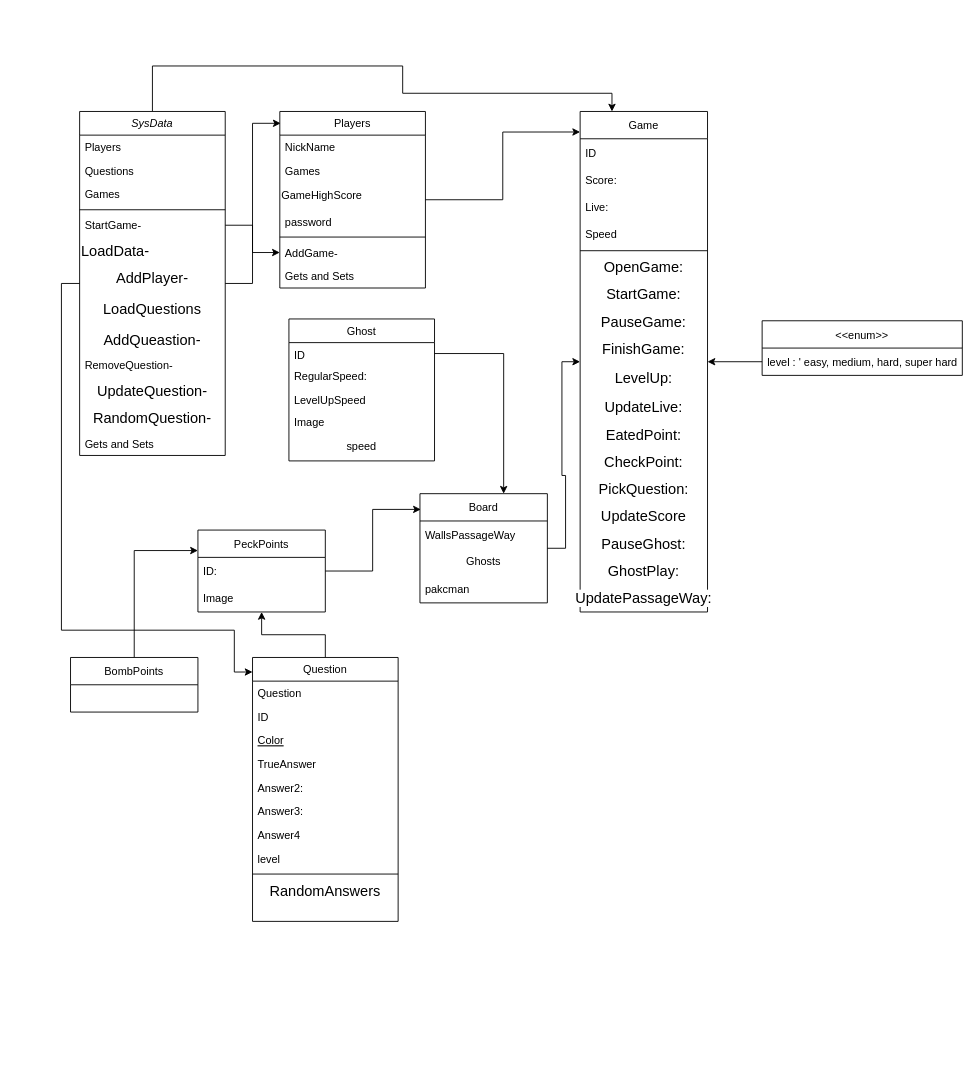
This is Untitled Diagram.drawio from muhammad197/Pack-Man, a draw.io file, before an edit. Source tidied: cells renumbered, new cells numbered last; positions are measured from the earlier drawing's top-left corner, leaving out a move shared by most shapes. Both pictures are drawn from the tidied source at 91%, with x=0, y=0 at pixel (61, 66).
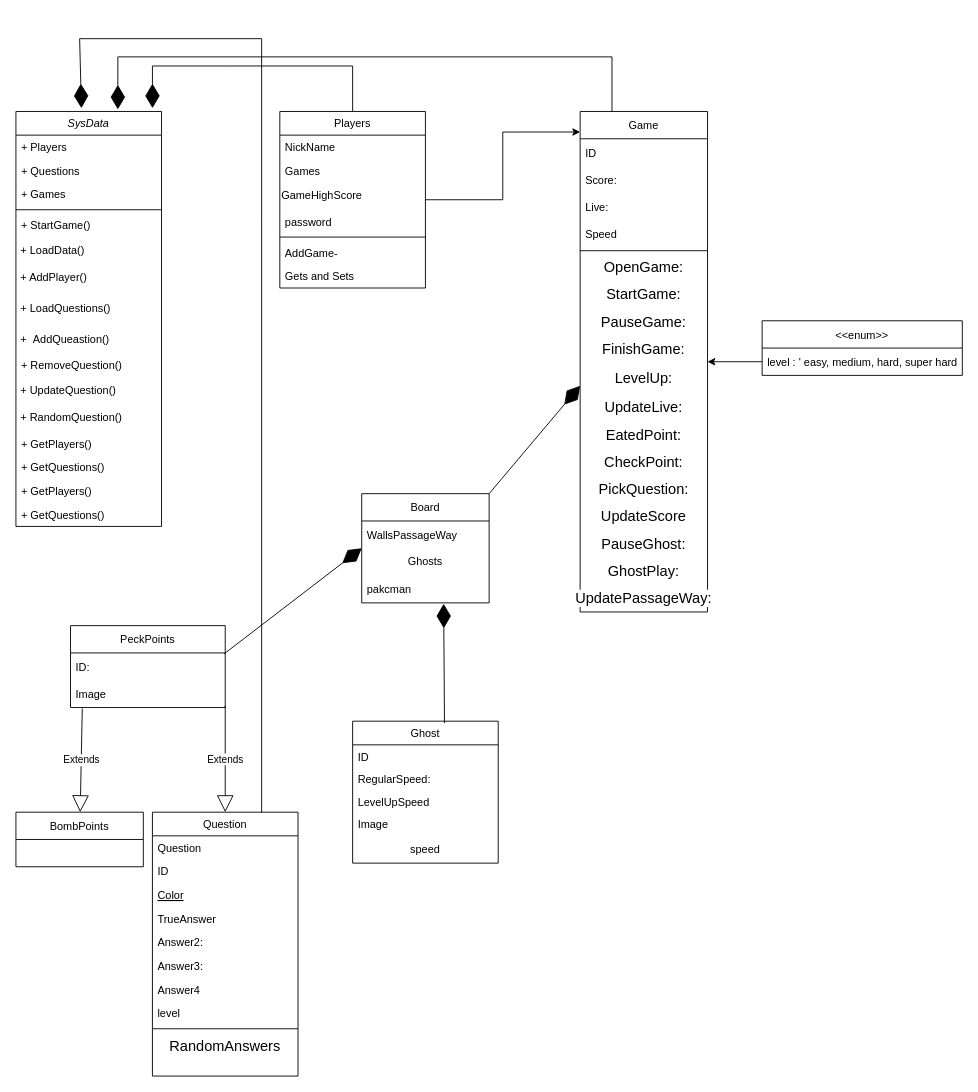
After the change.

Unchanged cells that the change refers to:
```xml
<mxCell id="32" value="ID" style="text;align=left;verticalAlign=top;spacingLeft=4;spacingRight=4;overflow=hidden;points=[[0,0.5],[1,0.5]];portConstraint=eastwest;" parent="31" vertex="1">
  <mxGeometry y="26" width="160" height="24" as="geometry" />
</mxCell>
<mxCell id="38" value="Players" style="swimlane;fontStyle=0;align=center;verticalAlign=top;horizontal=1;startSize=26;rounded=0;shadow=0;strokeWidth=1;" parent="1" vertex="1">
  <mxGeometry x="240" y="50" width="160" height="194" as="geometry" />
</mxCell>
<mxCell id="44" value="AddGame-" style="text;align=left;verticalAlign=top;spacingLeft=4;spacingRight=4;overflow=hidden;points=[[0,0.5],[1,0.5]];portConstraint=eastwest;" parent="38" vertex="1">
  <mxGeometry y="142" width="160" height="26" as="geometry" />
</mxCell>
<mxCell id="46" value="Game" style="swimlane;fontStyle=0;horizontal=1;startSize=30;" parent="1" vertex="1">
  <mxGeometry x="570" y="50" width="140" height="550" as="geometry" />
</mxCell>
<mxCell id="56" value="&lt;div class=&quot;page&quot; title=&quot;Page 11&quot;&gt;&lt;div class=&quot;section&quot; style=&quot;background-color: rgb(255 , 255 , 255)&quot;&gt;&lt;div class=&quot;layoutArea&quot;&gt;&lt;div class=&quot;column&quot;&gt;&lt;div class=&quot;page&quot; title=&quot;Page 11&quot;&gt;&lt;div class=&quot;section&quot;&gt;&lt;div class=&quot;layoutArea&quot;&gt;&lt;div class=&quot;column&quot;&gt;&lt;p&gt;&lt;span style=&quot;font-size: 12pt ; font-family: &amp;#34;arialmt&amp;#34;&quot;&gt;LevelUp:&lt;/span&gt;&lt;/p&gt;&lt;/div&gt;&lt;/div&gt;&lt;/div&gt;&lt;/div&gt;&lt;/div&gt;&lt;/div&gt;&lt;/div&gt;&lt;/div&gt;" style="text;html=1;strokeColor=none;fillColor=none;align=center;verticalAlign=middle;whiteSpace=wrap;rounded=0;" parent="46" vertex="1">
  <mxGeometry y="276" width="140" height="34" as="geometry" />
</mxCell>
<mxCell id="74" value="Ghosts" style="text;html=1;strokeColor=none;fillColor=none;align=center;verticalAlign=middle;whiteSpace=wrap;rounded=0;" parent="72" vertex="1">
  <mxGeometry y="60" width="140" height="30" as="geometry" />
</mxCell>
<mxCell id="75" value="pakcman" style="text;strokeColor=none;fillColor=none;align=left;verticalAlign=middle;spacingLeft=4;spacingRight=4;overflow=hidden;points=[[0,0.5],[1,0.5]];portConstraint=eastwest;" parent="72" vertex="1">
  <mxGeometry y="90" width="140" height="30" as="geometry" />
</mxCell>
```

Change to the diagram source:
```diff
@@
-    <mxCell id="2" style="edgeStyle=orthogonalEdgeStyle;rounded=0;jettySize=auto;html=1;entryX=0.006;entryY=0.067;entryDx=0;entryDy=0;entryPerimeter=0;" parent="1" edge="1" source="5" target="38">
-      <mxGeometry relative="1" as="geometry" />
-    </mxCell>
-    <mxCell id="3" style="edgeStyle=orthogonalEdgeStyle;rounded=0;jettySize=auto;html=1;entryX=0;entryY=0.055;entryDx=0;entryDy=0;entryPerimeter=0;" parent="1" edge="1" source="5" target="20">
-      <mxGeometry relative="1" as="geometry">
-        <Array as="points">
-          <mxPoint y="239" />
-          <mxPoint y="620" />
-          <mxPoint x="190" y="620" />
-          <mxPoint x="190" y="666" />
-        </Array>
-      </mxGeometry>
-    </mxCell>
-    <mxCell id="4" style="edgeStyle=orthogonalEdgeStyle;rounded=0;jettySize=auto;html=1;entryX=0.25;entryY=0;entryDx=0;entryDy=0;" parent="1" edge="1" source="5" target="46">
-      <mxGeometry relative="1" as="geometry">
-        <Array as="points">
-          <mxPoint x="100" />
-          <mxPoint x="375" />
-          <mxPoint x="375" y="30" />
-          <mxPoint x="605" y="30" />
-        </Array>
-      </mxGeometry>
-    </mxCell>
     <mxCell id="5" value="SysData" style="swimlane;fontStyle=2;align=center;verticalAlign=top;horizontal=1;startSize=26;rounded=0;shadow=0;strokeWidth=1;" parent="1" vertex="1">
-      <mxGeometry x="20" y="50" width="160" height="378" as="geometry" />
+      <mxGeometry x="-50" y="50" width="160" height="456" as="geometry" />
     </mxCell>
-    <mxCell id="6" value="Players" style="text;align=left;verticalAlign=top;spacingLeft=4;spacingRight=4;overflow=hidden;" parent="5" vertex="1">
+    <mxCell id="6" value="+ Players" style="text;align=left;verticalAlign=top;spacingLeft=4;spacingRight=4;overflow=hidden;" parent="5" vertex="1">
       <mxGeometry y="26" width="160" height="26" as="geometry" />
     </mxCell>
-    <mxCell id="7" value="Questions" style="text;align=left;verticalAlign=top;spacingLeft=4;spacingRight=4;overflow=hidden;rounded=0;shadow=0;html=0;" parent="5" vertex="1">
+    <mxCell id="7" value="+ Questions" style="text;align=left;verticalAlign=top;spacingLeft=4;spacingRight=4;overflow=hidden;rounded=0;shadow=0;html=0;" parent="5" vertex="1">
       <mxGeometry y="52" width="160" height="26" as="geometry" />
     </mxCell>
-    <mxCell id="8" value="Games" style="text;align=left;verticalAlign=top;spacingLeft=4;spacingRight=4;overflow=hidden;rounded=0;shadow=0;html=0;" parent="5" vertex="1">
+    <mxCell id="8" value="+ Games" style="text;align=left;verticalAlign=top;spacingLeft=4;spacingRight=4;overflow=hidden;rounded=0;shadow=0;html=0;" parent="5" vertex="1">
       <mxGeometry y="78" width="160" height="26" as="geometry" />
     </mxCell>
@@
-    <mxCell id="10" value="StartGame-" style="text;align=left;verticalAlign=top;spacingLeft=4;spacingRight=4;overflow=hidden;points=[[0,0.5],[1,0.5]];portConstraint=eastwest;" parent="5" vertex="1">
+    <mxCell id="10" value="+ StartGame()" style="text;align=left;verticalAlign=top;spacingLeft=4;spacingRight=4;overflow=hidden;points=[[0,0.5],[1,0.5]];portConstraint=eastwest;" parent="5" vertex="1">
       <mxGeometry y="112" width="160" height="26" as="geometry" />
     </mxCell>
-    <mxCell id="11" value="&lt;div class=&quot;page&quot; title=&quot;Page 9&quot;&gt;&lt;div class=&quot;section&quot; style=&quot;background-color: rgb(255 , 255 , 255)&quot;&gt;&lt;div class=&quot;layoutArea&quot;&gt;&lt;div class=&quot;column&quot;&gt;&lt;p&gt;&lt;span style=&quot;font-size: 12pt ; font-family: &amp;quot;arialmt&amp;quot;&quot;&gt;LoadData-&lt;/span&gt;&lt;/p&gt;&lt;/div&gt;&lt;/div&gt;&lt;/div&gt;&lt;/div&gt;" style="text;html=1;strokeColor=none;fillColor=none;align=left;verticalAlign=middle;whiteSpace=wrap;rounded=0;" parent="5" vertex="1">
+    <mxCell id="11" value="&lt;div class=&quot;page&quot; title=&quot;Page 9&quot; style=&quot;font-size: 12px&quot;&gt;&lt;div class=&quot;section&quot; style=&quot;background-color: rgb(255 , 255 , 255) ; font-size: 12px&quot;&gt;&lt;div class=&quot;layoutArea&quot; style=&quot;font-size: 12px&quot;&gt;&lt;div class=&quot;column&quot; style=&quot;font-size: 12px&quot;&gt;&lt;p style=&quot;font-size: 12px&quot;&gt;&lt;span style=&quot;font-family: &amp;#34;arialmt&amp;#34; ; font-size: 12px&quot;&gt;&lt;font style=&quot;font-size: 12px&quot;&gt;&amp;nbsp;+ LoadData()&lt;/font&gt;&lt;/span&gt;&lt;/p&gt;&lt;/div&gt;&lt;/div&gt;&lt;/div&gt;&lt;/div&gt;" style="text;html=1;strokeColor=none;fillColor=none;align=left;verticalAlign=middle;whiteSpace=wrap;rounded=0;fontSize=12;" parent="5" vertex="1">
       <mxGeometry y="138" width="160" height="30" as="geometry" />
     </mxCell>
-    <mxCell id="12" value="&lt;div class=&quot;page&quot; title=&quot;Page 9&quot;&gt;&lt;div class=&quot;section&quot; style=&quot;background-color: rgb(255 , 255 , 255)&quot;&gt;&lt;div class=&quot;layoutArea&quot;&gt;&lt;div class=&quot;column&quot;&gt;&lt;p&gt;&lt;span style=&quot;font-size: 12pt ; font-family: &amp;#34;arialmt&amp;#34;&quot;&gt;AddPlayer-&lt;/span&gt;&lt;/p&gt;&lt;/div&gt;&lt;/div&gt;&lt;/div&gt;&lt;/div&gt;" style="text;html=1;strokeColor=none;fillColor=none;align=center;verticalAlign=middle;whiteSpace=wrap;rounded=0;" parent="5" vertex="1">
+    <mxCell id="12" value="&lt;div class=&quot;page&quot; title=&quot;Page 9&quot; style=&quot;font-size: 12px&quot;&gt;&lt;div class=&quot;section&quot; style=&quot;background-color: rgb(255 , 255 , 255) ; font-size: 12px&quot;&gt;&lt;div class=&quot;layoutArea&quot; style=&quot;font-size: 12px&quot;&gt;&lt;div class=&quot;column&quot; style=&quot;font-size: 12px&quot;&gt;&lt;p style=&quot;font-size: 12px&quot;&gt;&lt;span style=&quot;font-size: 12px ; font-family: &amp;#34;arialmt&amp;#34;&quot;&gt;&amp;nbsp;+ AddPlayer()&lt;/span&gt;&lt;/p&gt;&lt;/div&gt;&lt;/div&gt;&lt;/div&gt;&lt;/div&gt;" style="text;html=1;strokeColor=none;fillColor=none;align=left;verticalAlign=middle;whiteSpace=wrap;rounded=0;fontSize=12;" parent="5" vertex="1">
       <mxGeometry y="168" width="160" height="30" as="geometry" />
     </mxCell>
-    <mxCell id="13" value="&lt;div class=&quot;page&quot; title=&quot;Page 9&quot;&gt;&lt;div class=&quot;section&quot; style=&quot;background-color: rgb(255 , 255 , 255)&quot;&gt;&lt;div class=&quot;layoutArea&quot;&gt;&lt;div class=&quot;column&quot;&gt;&lt;p&gt;&lt;span style=&quot;font-size: 12pt ; font-family: &amp;#34;arialmt&amp;#34;&quot;&gt;LoadQuestions&lt;/span&gt;&lt;/p&gt;&lt;/div&gt;&lt;/div&gt;&lt;/div&gt;&lt;/div&gt;" style="text;html=1;strokeColor=none;fillColor=none;align=center;verticalAlign=middle;whiteSpace=wrap;rounded=0;" parent="5" vertex="1">
+    <mxCell id="13" value="&lt;div class=&quot;page&quot; title=&quot;Page 9&quot;&gt;&lt;div class=&quot;section&quot; style=&quot;background-color: rgb(255 , 255 , 255)&quot;&gt;&lt;div class=&quot;layoutArea&quot;&gt;&lt;div class=&quot;column&quot;&gt;&lt;p&gt;&lt;span style=&quot;font-family: &amp;#34;arialmt&amp;#34;&quot;&gt;&lt;font style=&quot;font-size: 12px&quot;&gt;&amp;nbsp;+ LoadQuestions()&lt;/font&gt;&lt;/span&gt;&lt;/p&gt;&lt;/div&gt;&lt;/div&gt;&lt;/div&gt;&lt;/div&gt;" style="text;html=1;strokeColor=none;fillColor=none;align=left;verticalAlign=middle;whiteSpace=wrap;rounded=0;" parent="5" vertex="1">
       <mxGeometry y="198" width="160" height="38" as="geometry" />
     </mxCell>
-    <mxCell id="14" value="&lt;div class=&quot;page&quot; title=&quot;Page 9&quot;&gt;&lt;div class=&quot;section&quot; style=&quot;background-color: rgb(255 , 255 , 255)&quot;&gt;&lt;div class=&quot;layoutArea&quot;&gt;&lt;div class=&quot;column&quot;&gt;&lt;p&gt;&lt;span style=&quot;font-size: 12pt ; font-family: &amp;#34;arialmt&amp;#34;&quot;&gt;AddQueastion-&lt;/span&gt;&lt;/p&gt;&lt;/div&gt;&lt;/div&gt;&lt;/div&gt;&lt;/div&gt;" style="text;html=1;strokeColor=none;fillColor=none;align=center;verticalAlign=middle;whiteSpace=wrap;rounded=0;" parent="5" vertex="1">
+    <mxCell id="14" value="&lt;div class=&quot;page&quot; title=&quot;Page 9&quot; style=&quot;font-size: 12px&quot;&gt;&lt;div class=&quot;section&quot; style=&quot;background-color: rgb(255 , 255 , 255) ; font-size: 12px&quot;&gt;&lt;div class=&quot;layoutArea&quot; style=&quot;font-size: 12px&quot;&gt;&lt;div class=&quot;column&quot; style=&quot;font-size: 12px&quot;&gt;&lt;p style=&quot;font-size: 12px&quot;&gt;&lt;span style=&quot;font-size: 12px ; font-family: &amp;#34;arialmt&amp;#34;&quot;&gt;&amp;nbsp;+ &amp;nbsp;AddQueastion()&lt;/span&gt;&lt;/p&gt;&lt;/div&gt;&lt;/div&gt;&lt;/div&gt;&lt;/div&gt;" style="text;html=1;strokeColor=none;fillColor=none;align=left;verticalAlign=middle;whiteSpace=wrap;rounded=0;fontSize=12;" parent="5" vertex="1">
       <mxGeometry y="236" width="160" height="30" as="geometry" />
     </mxCell>
-    <mxCell id="15" value="RemoveQuestion-" style="text;align=left;verticalAlign=top;spacingLeft=4;spacingRight=4;overflow=hidden;" parent="5" vertex="1">
+    <mxCell id="15" value="+ RemoveQuestion()" style="text;align=left;verticalAlign=top;spacingLeft=4;spacingRight=4;overflow=hidden;" parent="5" vertex="1">
       <mxGeometry y="266" width="160" height="26" as="geometry" />
     </mxCell>
-    <mxCell id="16" value="&lt;div class=&quot;page&quot; title=&quot;Page 9&quot;&gt;&lt;div class=&quot;section&quot; style=&quot;background-color: rgb(255 , 255 , 255)&quot;&gt;&lt;div class=&quot;layoutArea&quot;&gt;&lt;div class=&quot;column&quot;&gt;&lt;p&gt;&lt;span style=&quot;font-size: 12pt ; font-family: &amp;#34;arialmt&amp;#34;&quot;&gt;UpdateQuestion-&lt;/span&gt;&lt;/p&gt;&lt;/div&gt;&lt;/div&gt;&lt;/div&gt;&lt;/div&gt;" style="text;html=1;strokeColor=none;fillColor=none;align=center;verticalAlign=middle;whiteSpace=wrap;rounded=0;" parent="5" vertex="1">
+    <mxCell id="16" value="&lt;div class=&quot;page&quot; title=&quot;Page 9&quot; style=&quot;font-size: 12px&quot;&gt;&lt;div class=&quot;section&quot; style=&quot;background-color: rgb(255 , 255 , 255) ; font-size: 12px&quot;&gt;&lt;div class=&quot;layoutArea&quot; style=&quot;font-size: 12px&quot;&gt;&lt;div class=&quot;column&quot; style=&quot;font-size: 12px&quot;&gt;&lt;p style=&quot;font-size: 12px&quot;&gt;&lt;span style=&quot;font-size: 12px ; font-family: &amp;#34;arialmt&amp;#34;&quot;&gt;&amp;nbsp;+ UpdateQuestion()&lt;/span&gt;&lt;/p&gt;&lt;/div&gt;&lt;/div&gt;&lt;/div&gt;&lt;/div&gt;" style="text;html=1;strokeColor=none;fillColor=none;align=left;verticalAlign=middle;whiteSpace=wrap;rounded=0;fontSize=12;" parent="5" vertex="1">
       <mxGeometry y="292" width="160" height="30" as="geometry" />
     </mxCell>
-    <mxCell id="17" value="&lt;div class=&quot;page&quot; title=&quot;Page 9&quot;&gt;&lt;div class=&quot;section&quot; style=&quot;background-color: rgb(255 , 255 , 255)&quot;&gt;&lt;div class=&quot;layoutArea&quot;&gt;&lt;div class=&quot;column&quot;&gt;&lt;div class=&quot;page&quot; title=&quot;Page 9&quot;&gt;&lt;div class=&quot;section&quot;&gt;&lt;div class=&quot;layoutArea&quot;&gt;&lt;div class=&quot;column&quot;&gt;&lt;p&gt;&lt;span style=&quot;font-size: 12pt ; font-family: &amp;#34;arialmt&amp;#34;&quot;&gt;RandomQuestion-&lt;/span&gt;&lt;/p&gt;&lt;/div&gt;&lt;/div&gt;&lt;/div&gt;&lt;/div&gt;&lt;/div&gt;&lt;/div&gt;&lt;/div&gt;&lt;/div&gt;" style="text;html=1;strokeColor=none;fillColor=none;align=center;verticalAlign=middle;whiteSpace=wrap;rounded=0;" parent="5" vertex="1">
+    <mxCell id="17" value="&lt;div class=&quot;page&quot; title=&quot;Page 9&quot; style=&quot;font-size: 12px&quot;&gt;&lt;div class=&quot;section&quot; style=&quot;background-color: rgb(255 , 255 , 255) ; font-size: 12px&quot;&gt;&lt;div class=&quot;layoutArea&quot; style=&quot;font-size: 12px&quot;&gt;&lt;div class=&quot;column&quot; style=&quot;font-size: 12px&quot;&gt;&lt;div class=&quot;page&quot; title=&quot;Page 9&quot; style=&quot;font-size: 12px&quot;&gt;&lt;div class=&quot;section&quot; style=&quot;font-size: 12px&quot;&gt;&lt;div class=&quot;layoutArea&quot; style=&quot;font-size: 12px&quot;&gt;&lt;div class=&quot;column&quot; style=&quot;font-size: 12px&quot;&gt;&lt;p style=&quot;font-size: 12px&quot;&gt;&lt;span style=&quot;font-size: 12px ; font-family: &amp;#34;arialmt&amp;#34;&quot;&gt;&amp;nbsp;+ RandomQuestion()&lt;/span&gt;&lt;/p&gt;&lt;/div&gt;&lt;/div&gt;&lt;/div&gt;&lt;/div&gt;&lt;/div&gt;&lt;/div&gt;&lt;/div&gt;&lt;/div&gt;" style="text;html=1;strokeColor=none;fillColor=none;align=left;verticalAlign=middle;whiteSpace=wrap;rounded=0;fontSize=12;" parent="5" vertex="1">
       <mxGeometry y="322" width="160" height="30" as="geometry" />
     </mxCell>
-    <mxCell id="18" value="Gets and Sets" style="text;align=left;verticalAlign=top;spacingLeft=4;spacingRight=4;overflow=hidden;" parent="5" vertex="1">
+    <mxCell id="18" value="+ GetPlayers()" style="text;align=left;verticalAlign=top;spacingLeft=4;spacingRight=4;overflow=hidden;" parent="5" vertex="1">
       <mxGeometry y="352" width="160" height="26" as="geometry" />
     </mxCell>
-    <mxCell id="19" style="edgeStyle=orthogonalEdgeStyle;rounded=0;jettySize=auto;html=1;" parent="1" edge="1" source="20" target="66">
-      <mxGeometry relative="1" as="geometry" />
-    </mxCell>
+    <mxCell id="81" value="+ GetQuestions()" style="text;align=left;verticalAlign=top;spacingLeft=4;spacingRight=4;overflow=hidden;" parent="5" vertex="1">
+      <mxGeometry y="378" width="160" height="26" as="geometry" />
+    </mxCell>
+    <mxCell id="82" value="+ GetPlayers()" style="text;align=left;verticalAlign=top;spacingLeft=4;spacingRight=4;overflow=hidden;" parent="5" vertex="1">
+      <mxGeometry y="404" width="160" height="26" as="geometry" />
+    </mxCell>
+    <mxCell id="83" value="+ GetQuestions()" style="text;align=left;verticalAlign=top;spacingLeft=4;spacingRight=4;overflow=hidden;" parent="5" vertex="1">
+      <mxGeometry y="430" width="160" height="26" as="geometry" />
+    </mxCell>
     <mxCell id="20" value="Question" style="swimlane;fontStyle=0;align=center;verticalAlign=top;horizontal=1;startSize=26;rounded=0;shadow=0;strokeWidth=1;" parent="1" vertex="1">
-      <mxGeometry x="210" y="650" width="160" height="290" as="geometry" />
+      <mxGeometry x="100" y="820" width="160" height="290" as="geometry" />
     </mxCell>
@@
     <mxCell id="31" value="Ghost" style="swimlane;fontStyle=0;align=center;verticalAlign=top;horizontal=1;startSize=26;rounded=0;shadow=0;strokeWidth=1;" parent="1" vertex="1">
-      <mxGeometry x="250" y="278" width="160" height="156" as="geometry" />
+      <mxGeometry x="320" y="720" width="160" height="156" as="geometry" />
     </mxCell>
@@
-    <mxCell id="65" style="edgeStyle=orthogonalEdgeStyle;rounded=0;jettySize=auto;html=1;entryX=0.007;entryY=0.144;entryDx=0;entryDy=0;entryPerimeter=0;" parent="1" edge="1" source="66" target="72">
-      <mxGeometry relative="1" as="geometry" />
-    </mxCell>
     <mxCell id="66" value="PeckPoints" style="swimlane;fontStyle=0;horizontal=1;startSize=30;" parent="1" vertex="1">
-      <mxGeometry x="150" y="510" width="140" height="90" as="geometry" />
+      <mxGeometry x="10" y="615" width="170" height="90" as="geometry" />
     </mxCell>
     <mxCell id="67" value="ID:" style="text;strokeColor=none;fillColor=none;align=left;verticalAlign=middle;spacingLeft=4;spacingRight=4;overflow=hidden;points=[[0,0.5],[1,0.5]];portConstraint=eastwest;" parent="66" vertex="1">
-      <mxGeometry y="30" width="140" height="30" as="geometry" />
+      <mxGeometry y="30" width="170" height="30" as="geometry" />
     </mxCell>
     <mxCell id="68" value="Image" style="text;strokeColor=none;fillColor=none;align=left;verticalAlign=middle;spacingLeft=4;spacingRight=4;overflow=hidden;points=[[0,0.5],[1,0.5]];portConstraint=eastwest;" parent="66" vertex="1">
-      <mxGeometry y="60" width="140" height="30" as="geometry" />
+      <mxGeometry y="60" width="170" height="30" as="geometry" />
     </mxCell>
-    <mxCell id="69" style="edgeStyle=orthogonalEdgeStyle;rounded=0;jettySize=auto;html=1;entryX=0;entryY=0.25;entryDx=0;entryDy=0;" parent="1" edge="1" source="70" target="66">
-      <mxGeometry relative="1" as="geometry" />
-    </mxCell>
     <mxCell id="70" value="BombPoints" style="swimlane;fontStyle=0;horizontal=1;startSize=30;" parent="1" vertex="1">
-      <mxGeometry x="10" y="650" width="140" height="60" as="geometry" />
+      <mxGeometry x="-50" y="820" width="140" height="60" as="geometry" />
     </mxCell>
-    <mxCell id="71" style="edgeStyle=orthogonalEdgeStyle;rounded=0;jettySize=auto;html=1;" parent="1" edge="1" source="72" target="46">
-      <mxGeometry relative="1" as="geometry" />
-    </mxCell>
     <mxCell id="72" value="Board" style="swimlane;fontStyle=0;horizontal=1;startSize=30;" parent="1" vertex="1">
-      <mxGeometry x="394" y="470" width="140" height="120" as="geometry" />
+      <mxGeometry x="330" y="470" width="140" height="120" as="geometry" />
     </mxCell>
@@
-    <mxCell id="76" style="edgeStyle=orthogonalEdgeStyle;rounded=0;jettySize=auto;html=1;" parent="1" edge="1" source="10" target="44">
-      <mxGeometry relative="1" as="geometry" />
-    </mxCell>
-    <mxCell id="77" style="edgeStyle=orthogonalEdgeStyle;rounded=0;jettySize=auto;html=1;entryX=0.657;entryY=0;entryDx=0;entryDy=0;entryPerimeter=0;" parent="1" edge="1" source="32" target="72">
-      <mxGeometry relative="1" as="geometry" />
-    </mxCell>
@@
+    <mxCell id="84" value="Extends" style="endArrow=block;endSize=16;endFill=0;html=1;rounded=0;exitX=0.076;exitY=1.033;exitDx=0;exitDy=0;exitPerimeter=0;" parent="1" edge="1" source="68" target="70">
+      <mxGeometry relative="1" as="geometry" />
+    </mxCell>
+    <mxCell id="85" value="Extends" style="endArrow=block;endSize=16;endFill=0;html=1;rounded=0;exitX=1;exitY=0.933;exitDx=0;exitDy=0;exitPerimeter=0;" parent="1" edge="1" source="68" target="20">
+      <mxGeometry relative="1" as="geometry" />
+    </mxCell>
+    <mxCell id="86" style="endArrow=diamondThin;endFill=1;endSize=24;html=1;rounded=0;exitX=1;exitY=0;exitDx=0;exitDy=0;entryX=0;entryY=0.75;entryDx=0;entryDy=0;" parent="1" edge="1" source="72" target="56">
+      <mxGeometry relative="1" as="geometry" />
+    </mxCell>
+    <mxCell id="87" style="endArrow=diamondThin;endFill=1;endSize=24;html=1;rounded=0;exitX=0.993;exitY=0.033;exitDx=0;exitDy=0;entryX=0;entryY=0;entryDx=0;entryDy=0;exitPerimeter=0;" parent="1" edge="1" source="67" target="74">
+      <mxGeometry relative="1" as="geometry" />
+    </mxCell>
+    <mxCell id="88" style="endArrow=diamondThin;endFill=1;endSize=24;html=1;rounded=0;entryX=0.938;entryY=-0.008;entryDx=0;entryDy=0;entryPerimeter=0;exitX=0.5;exitY=0;exitDx=0;exitDy=0;" parent="1" edge="1" source="38" target="5">
+      <mxGeometry relative="1" as="geometry">
+        <Array as="points">
+          <mxPoint x="320" />
+          <mxPoint x="180" />
+          <mxPoint x="100" />
+        </Array>
+      </mxGeometry>
+    </mxCell>
+    <mxCell id="89" style="endArrow=diamondThin;endFill=1;endSize=24;html=1;rounded=0;entryX=0.7;entryY=-0.005;entryDx=0;entryDy=0;entryPerimeter=0;exitX=0.25;exitY=0;exitDx=0;exitDy=0;" parent="1" edge="1" source="46" target="5">
+      <mxGeometry relative="1" as="geometry">
+        <Array as="points">
+          <mxPoint x="605" y="-10" />
+          <mxPoint x="340" y="-10" />
+          <mxPoint x="62" y="-10" />
+        </Array>
+      </mxGeometry>
+    </mxCell>
+    <mxCell id="90" style="endArrow=diamondThin;endFill=1;endSize=24;html=1;rounded=0;entryX=0.45;entryY=-0.008;entryDx=0;entryDy=0;entryPerimeter=0;exitX=0.75;exitY=0;exitDx=0;exitDy=0;" parent="1" edge="1" source="20" target="5">
+      <mxGeometry relative="1" as="geometry">
+        <Array as="points">
+          <mxPoint x="220" y="366" />
+          <mxPoint x="220" y="170" />
+          <mxPoint x="220" y="-30" />
+          <mxPoint x="20" y="-30" />
+        </Array>
+      </mxGeometry>
+    </mxCell>
+    <mxCell id="91" style="endArrow=diamondThin;endFill=1;endSize=24;html=1;rounded=0;exitX=0.631;exitY=0.013;exitDx=0;exitDy=0;exitPerimeter=0;entryX=0.643;entryY=1.033;entryDx=0;entryDy=0;entryPerimeter=0;" parent="1" edge="1" source="31" target="75">
+      <mxGeometry relative="1" as="geometry" />
+    </mxCell>
```
